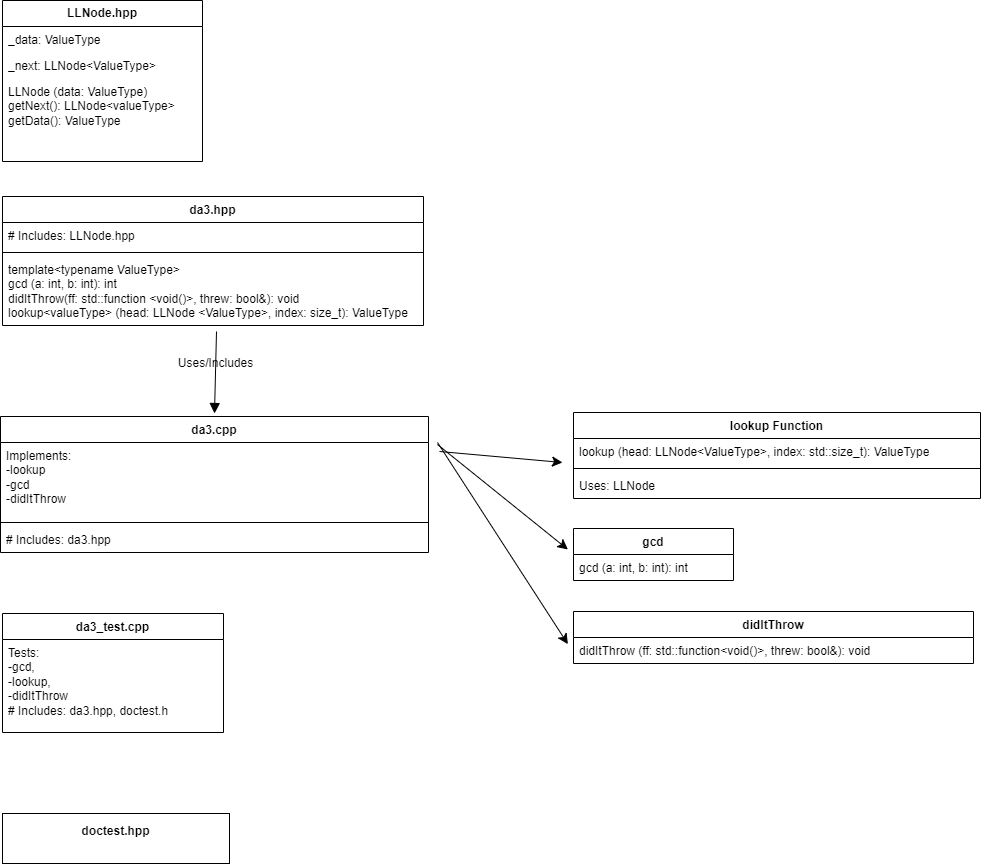
Above: Untitled Diagram.drawio.png in IvySwenson/HW3 (draw.io), before the change. Source tidied: cells renumbered, new cells last; positions are measured from the earlier drawing's top-left corner, leaving out a move shared by most shapes.
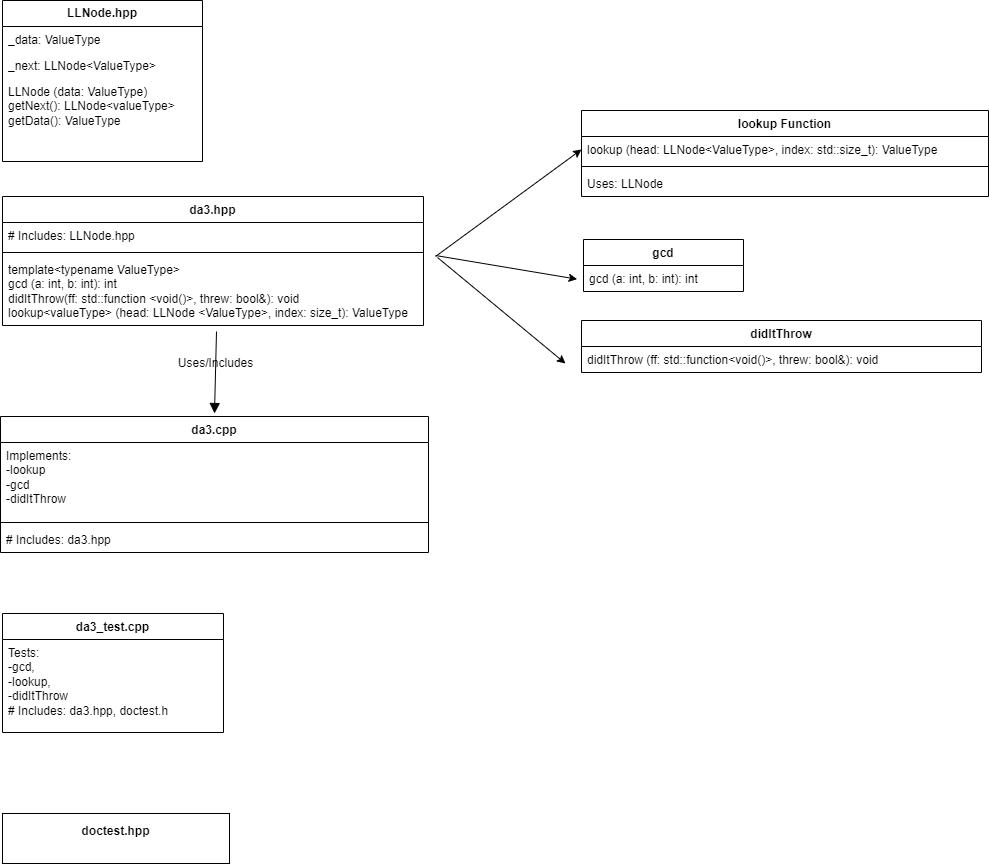
The same file after the commit.

Diff of the diagram source:
```diff
@@ -45,7 +45,7 @@
       <mxGeometry y="110" width="428" height="26" as="geometry" />
     </mxCell>
     <mxCell id="15" value="lookup Function" style="swimlane;fontStyle=1;align=center;verticalAlign=top;horizontal=1;startSize=26;whiteSpace=wrap;html=1;labelBackgroundColor=none;" parent="1" vertex="1">
-      <mxGeometry x="573" y="412" width="407" height="86" as="geometry" />
+      <mxGeometry x="581" y="110" width="407" height="86" as="geometry" />
     </mxCell>
     <mxCell id="16" value="lookup (head: LLNode&amp;lt;ValueType&amp;gt;, index: std::size_t): ValueType" style="text;strokeColor=none;fillColor=none;align=left;verticalAlign=top;spacingLeft=4;spacingRight=4;overflow=hidden;points=[[0,0.5],[1,0.5]];portConstraint=eastwest;whiteSpace=wrap;html=1;labelBackgroundColor=none;" parent="15" vertex="1">
       <mxGeometry y="26" width="407" height="26" as="geometry" />
@@ -57,7 +57,7 @@
       <mxGeometry y="60" width="407" height="26" as="geometry" />
     </mxCell>
     <mxCell id="19" value="gcd" style="swimlane;fontStyle=1;align=center;verticalAlign=top;horizontal=1;startSize=26;whiteSpace=wrap;html=1;labelBackgroundColor=none;" parent="1" vertex="1">
-      <mxGeometry x="573" y="528" width="160" height="52" as="geometry" />
+      <mxGeometry x="583" y="239" width="160" height="52" as="geometry" />
     </mxCell>
     <mxCell id="20" value="gcd (a: int, b: int): int" style="text;strokeColor=none;fillColor=none;align=left;verticalAlign=top;spacingLeft=4;spacingRight=4;overflow=hidden;points=[[0,0.5],[1,0.5]];portConstraint=eastwest;whiteSpace=wrap;html=1;labelBackgroundColor=none;" parent="19" vertex="1">
       <mxGeometry y="26" width="160" height="26" as="geometry" />
@@ -69,7 +69,7 @@
       <mxGeometry y="26" width="221" height="93" as="geometry" />
     </mxCell>
     <mxCell id="23" value="didItThrow" style="swimlane;fontStyle=1;align=center;verticalAlign=top;horizontal=1;startSize=26;whiteSpace=wrap;html=1;labelBackgroundColor=none;" parent="1" vertex="1">
-      <mxGeometry x="573" y="611" width="400" height="52" as="geometry" />
+      <mxGeometry x="581" y="320" width="400" height="52" as="geometry" />
     </mxCell>
     <mxCell id="24" value="didItThrow (ff: std::function&amp;lt;void()&amp;gt;, threw: bool&amp;amp;): void" style="text;strokeColor=none;fillColor=none;align=left;verticalAlign=top;spacingLeft=4;spacingRight=4;overflow=hidden;points=[[0,0.5],[1,0.5]];portConstraint=eastwest;whiteSpace=wrap;html=1;labelBackgroundColor=none;" parent="23" vertex="1">
       <mxGeometry y="26" width="400" height="26" as="geometry" />
@@ -77,21 +77,21 @@
     <mxCell id="25" value="&lt;b&gt;doctest.hpp&lt;/b&gt;&lt;div&gt;&lt;br&gt;&lt;/div&gt;" style="html=1;whiteSpace=wrap;labelBackgroundColor=none;" parent="1" vertex="1">
       <mxGeometry x="2" y="813" width="227" height="50" as="geometry" />
     </mxCell>
-    <mxCell id="26" style="endArrow=classic;html=1;rounded=0;fontSize=12;startSize=8;endSize=8;curved=1;labelBackgroundColor=none;fontColor=default;" parent="1" edge="1">
-      <mxGeometry relative="1" as="geometry">
-        <mxPoint x="439" y="451" as="sourcePoint" />
-        <mxPoint x="562" y="462" as="targetPoint" />
-      </mxGeometry>
-    </mxCell>
-    <mxCell id="27" style="endArrow=classic;html=1;rounded=0;fontSize=12;startSize=8;endSize=8;curved=1;entryX=-0.035;entryY=-0.192;entryDx=0;entryDy=0;entryPerimeter=0;labelBackgroundColor=none;fontColor=default;" parent="1" edge="1" target="20">
-      <mxGeometry relative="1" as="geometry">
-        <mxPoint x="437" y="444" as="sourcePoint" />
-      </mxGeometry>
-    </mxCell>
-    <mxCell id="28" style="endArrow=classic;html=1;rounded=0;fontSize=12;startSize=8;endSize=8;curved=1;entryX=-0.014;entryY=0.256;entryDx=0;entryDy=0;entryPerimeter=0;labelBackgroundColor=none;fontColor=default;" parent="1" edge="1" target="24">
-      <mxGeometry relative="1" as="geometry">
-        <mxPoint x="437" y="442" as="sourcePoint" />
-      </mxGeometry>
-    </mxCell>
+    <mxCell id="29" style="endArrow=classic;html=1;rounded=0;entryX=0;entryY=0.5;entryDx=0;entryDy=0;" parent="1" edge="1" target="16">
+      <mxGeometry relative="1" as="geometry">
+        <mxPoint x="435" y="256" as="sourcePoint" />
+      </mxGeometry>
+    </mxCell>
+    <mxCell id="30" style="endArrow=classic;html=1;rounded=0;entryX=-0.04;entryY=0.526;entryDx=0;entryDy=0;entryPerimeter=0;" parent="1" edge="1" target="20">
+      <mxGeometry relative="1" as="geometry">
+        <mxPoint x="435" y="255" as="sourcePoint" />
+      </mxGeometry>
+    </mxCell>
+    <mxCell id="31" style="endArrow=classic;html=1;rounded=0;" parent="1" edge="1">
+      <mxGeometry relative="1" as="geometry">
+        <mxPoint x="437" y="257" as="sourcePoint" />
+        <mxPoint x="565" y="363" as="targetPoint" />
+      </mxGeometry>
+    </mxCell>
   </root>
 </mxGraphModel>
```
